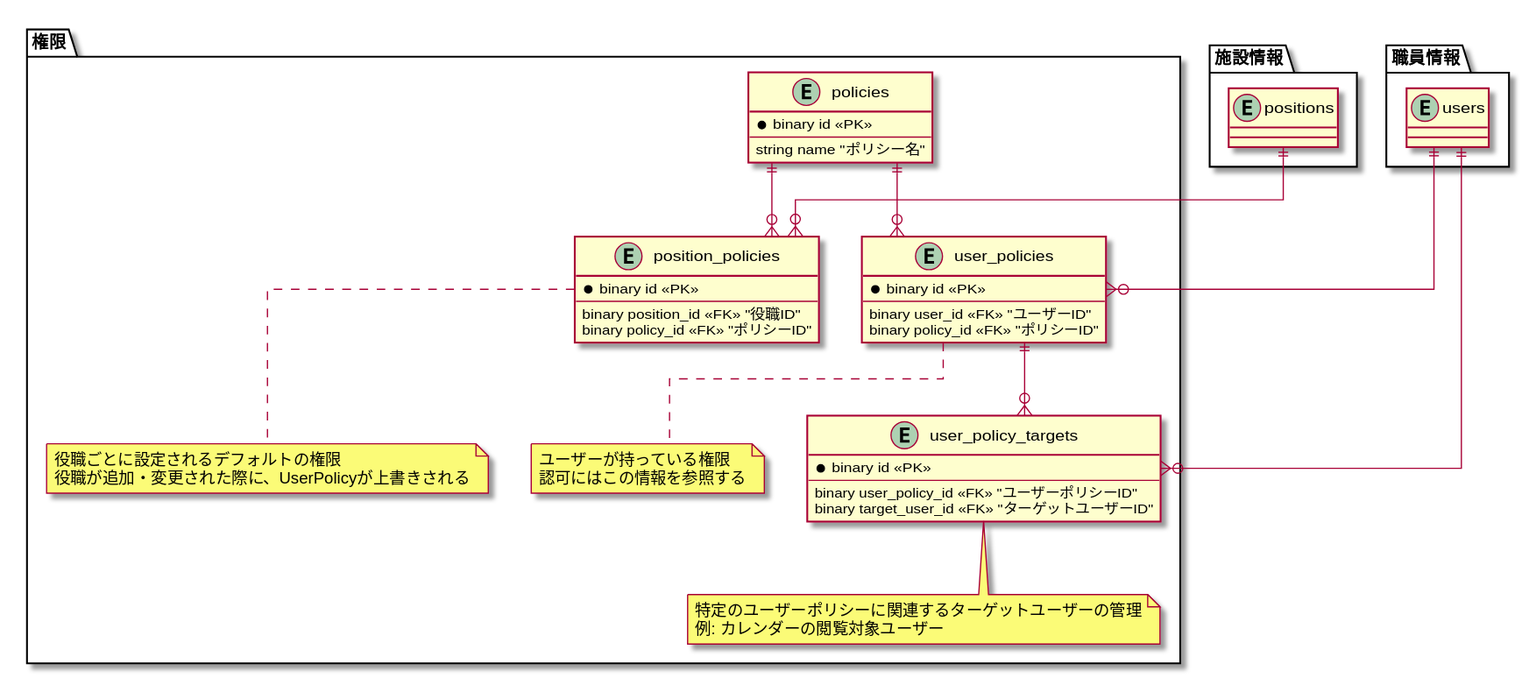
Before: src/diagrams-svg/ER/tables/policies.svg, a diagram exported from PlantUML (Fukuemon/buddy_design_docs).
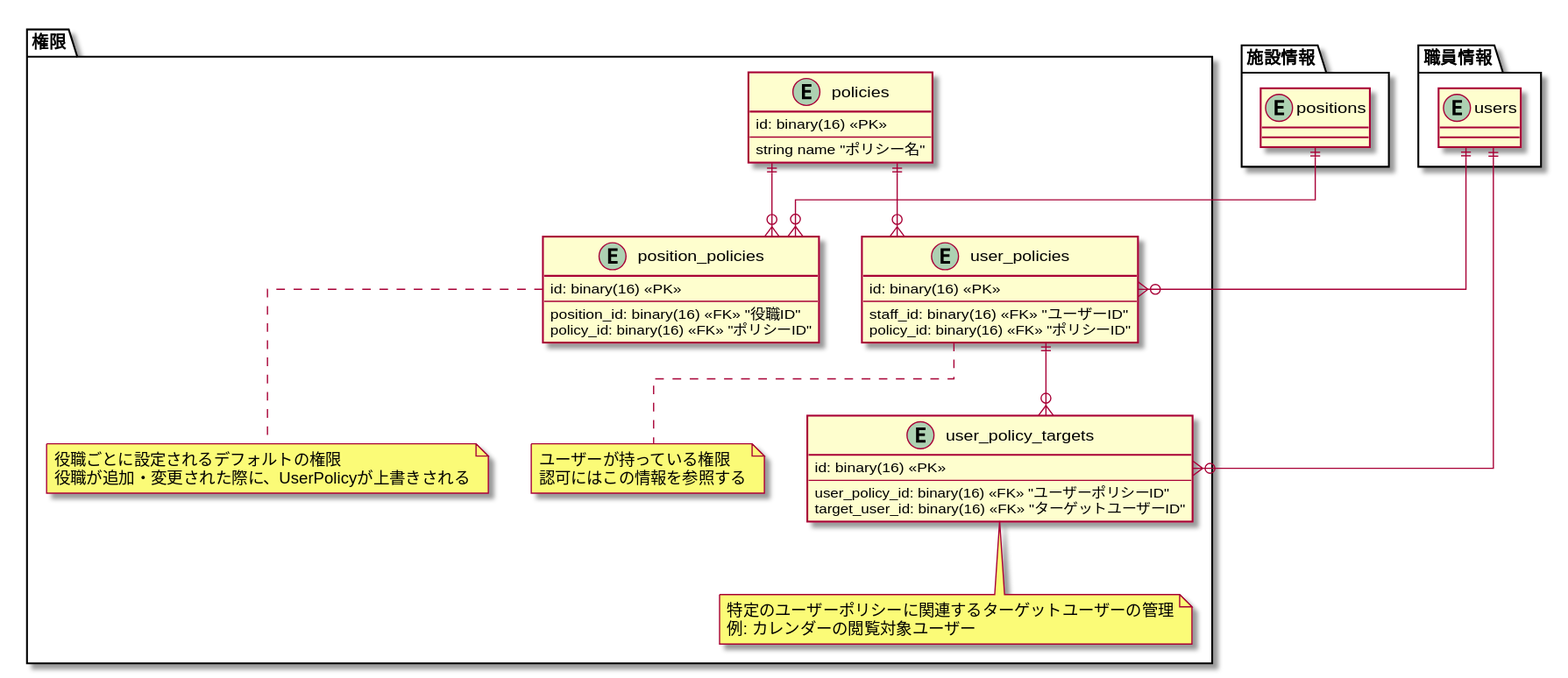
After the change.

Diff of the diagram source:
```diff
@@ -3,16 +3,16 @@
 
 package 権限 {
   entity policies {
-    * binary id <<PK>>
+    id: binary(16) <<PK>>
     --
     string name "ポリシー名"
   }
 
   entity position_policies {
-    * binary id <<PK>>
+    id: binary(16) <<PK>>
     --
-    binary position_id <<FK>> "役職ID"
-    binary policy_id <<FK>> "ポリシーID"
+    position_id: binary(16) <<FK>> "役職ID"
+    policy_id: binary(16) <<FK>> "ポリシーID"
   }
   note bottom of position_policies
     役職ごとに設定されるデフォルトの権限
@@ -20,10 +20,10 @@
   end note
 
   entity user_policies {
-    * binary id <<PK>>
+    id: binary(16) <<PK>>
     --
-    binary user_id <<FK>> "ユーザーID"
-    binary policy_id <<FK>> "ポリシーID"
+    staff_id: binary(16)  <<FK>> "ユーザーID"
+    policy_id: binary(16) <<FK>> "ポリシーID"
   }
   note bottom of user_policies
     ユーザーが持っている権限
@@ -31,10 +31,10 @@
   end note
 
   entity user_policy_targets {
-    * binary id <<PK>>
+    id: binary(16) <<PK>>
     --
-    binary user_policy_id <<FK>> "ユーザーポリシーID"
-    binary target_user_id <<FK>> "ターゲットユーザーID"
+    user_policy_id: binary(16) <<FK>> "ユーザーポリシーID"
+    target_user_id: binary(16) <<FK>> "ターゲットユーザーID"
   }
   note bottom of user_policy_targets
     特定のユーザーポリシーに関連するターゲットユーザーの管理
```
